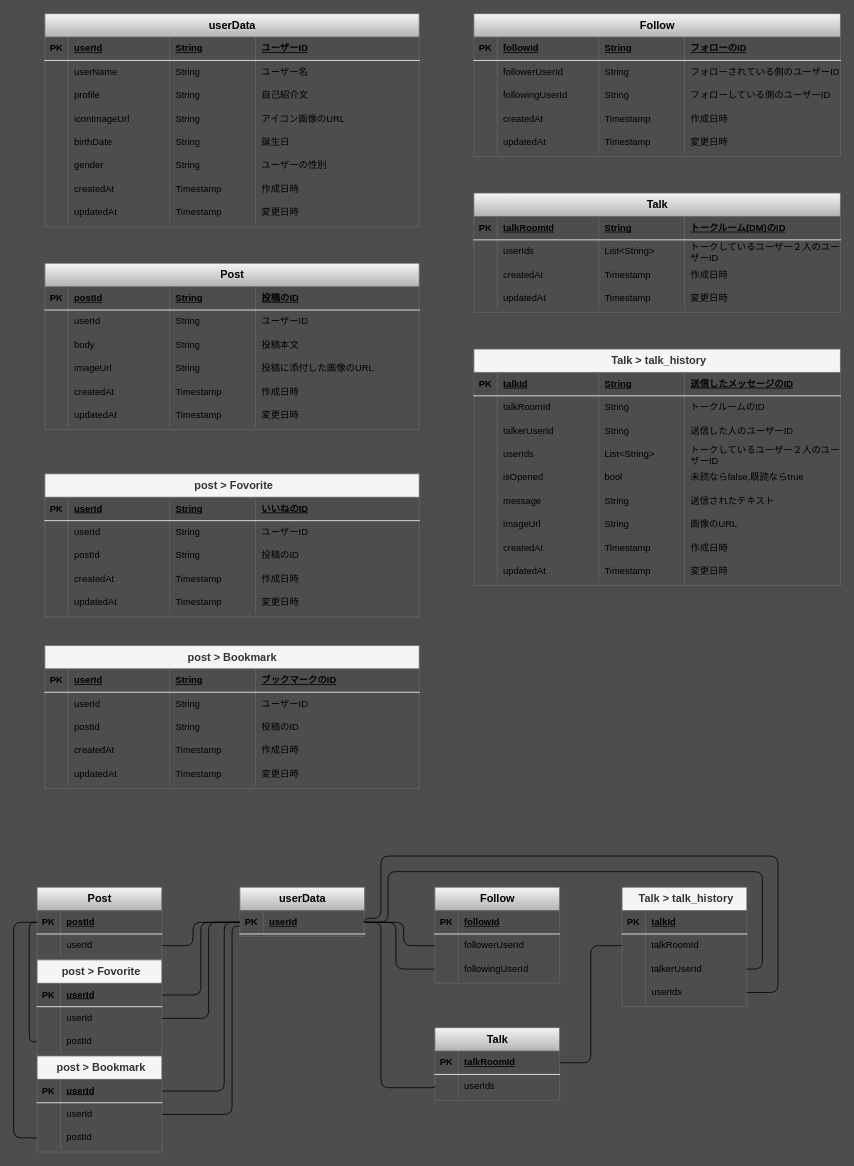
Before: er.dio in HayashidaReo/training_matting_app, a draw.io diagram. Source tidied: cells renumbered, new cells numbered last; positions are measured from the earlier drawing's top-left corner, leaving out a move shared by most shapes. Both pictures are drawn from the tidied source at 78%, with x=0, y=0 at pixel (13, 13).
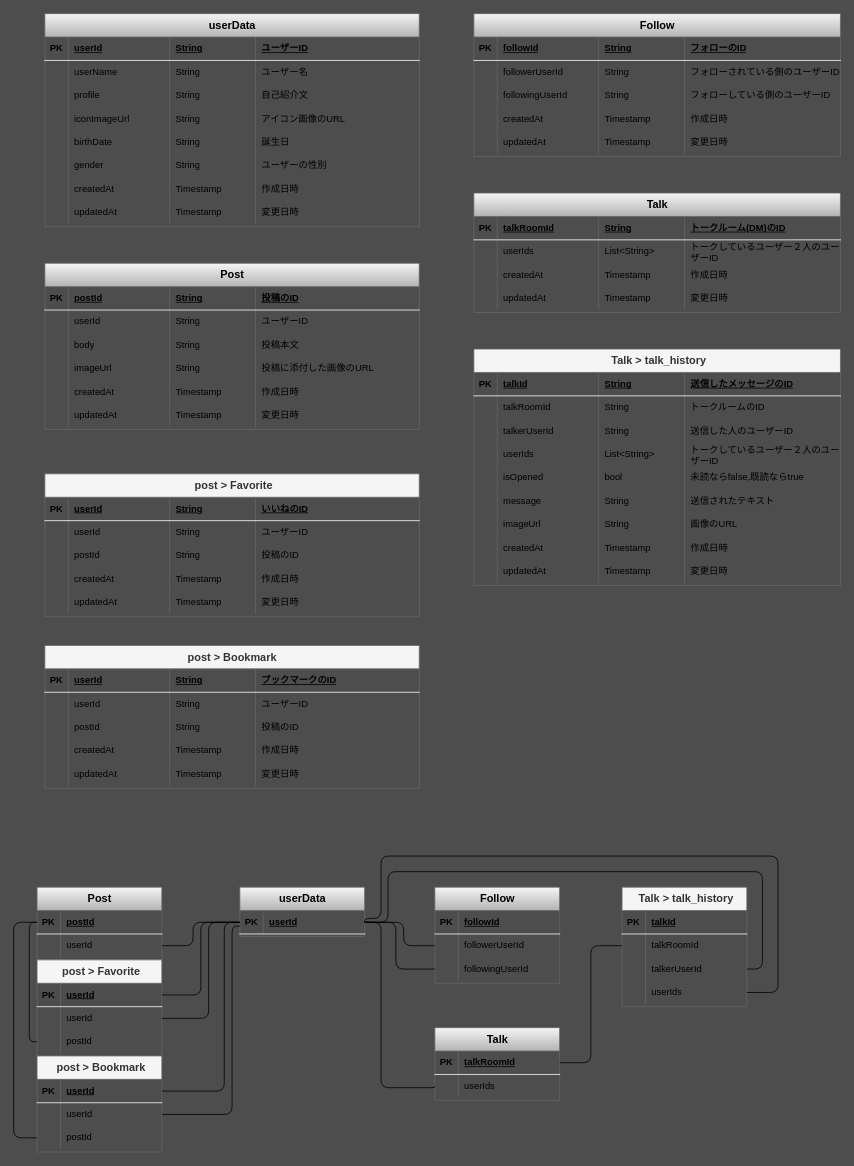
Above is the later version.

Commit message:
綴りミス修正

The edit, as a diff of the source:
```diff
@@
-    <mxCell id="74" value="&lt;font style=&quot;font-size: 14px;&quot;&gt;&amp;nbsp;post &amp;gt; Fovorite&lt;/font&gt;" style="shape=table;startSize=30;childLayout=tableLayout;rowLines=0;fontStyle=1;align=center;html=1;fillColor=#f5f5f5;fontColor=#333333;strokeColor=#666666;" parent="1" vertex="1">
+    <mxCell id="74" value="&lt;font style=&quot;font-size: 14px;&quot;&gt;&amp;nbsp;post &amp;gt; Fa&lt;/font&gt;&lt;span style=&quot;font-size: 14px; background-color: transparent;&quot;&gt;vorite&lt;/span&gt;" style="shape=table;startSize=30;childLayout=tableLayout;rowLines=0;fontStyle=1;align=center;html=1;fillColor=#f5f5f5;fontColor=#333333;strokeColor=#666666;" parent="1" vertex="1">
       <mxGeometry x="40" y="590" width="480" height="183.2" as="geometry" />
     </mxCell>
@@
-    <mxCell id="230" value="&lt;font style=&quot;font-size: 14px;&quot;&gt;&amp;nbsp;post &amp;gt; Fovorite&lt;/font&gt;" style="shape=table;startSize=30;childLayout=tableLayout;rowLines=0;fontStyle=1;align=center;html=1;fillColor=#f5f5f5;fontColor=#333333;strokeColor=#666666;" parent="1" vertex="1">
+    <mxCell id="230" value="&lt;font style=&quot;font-size: 14px;&quot;&gt;&amp;nbsp;post &amp;gt; Favorite&lt;/font&gt;" style="shape=table;startSize=30;childLayout=tableLayout;rowLines=0;fontStyle=1;align=center;html=1;fillColor=#f5f5f5;fontColor=#333333;strokeColor=#666666;" parent="1" vertex="1">
       <mxGeometry x="30" y="1213.1" width="160" height="123.2" as="geometry" />
     </mxCell>
```
